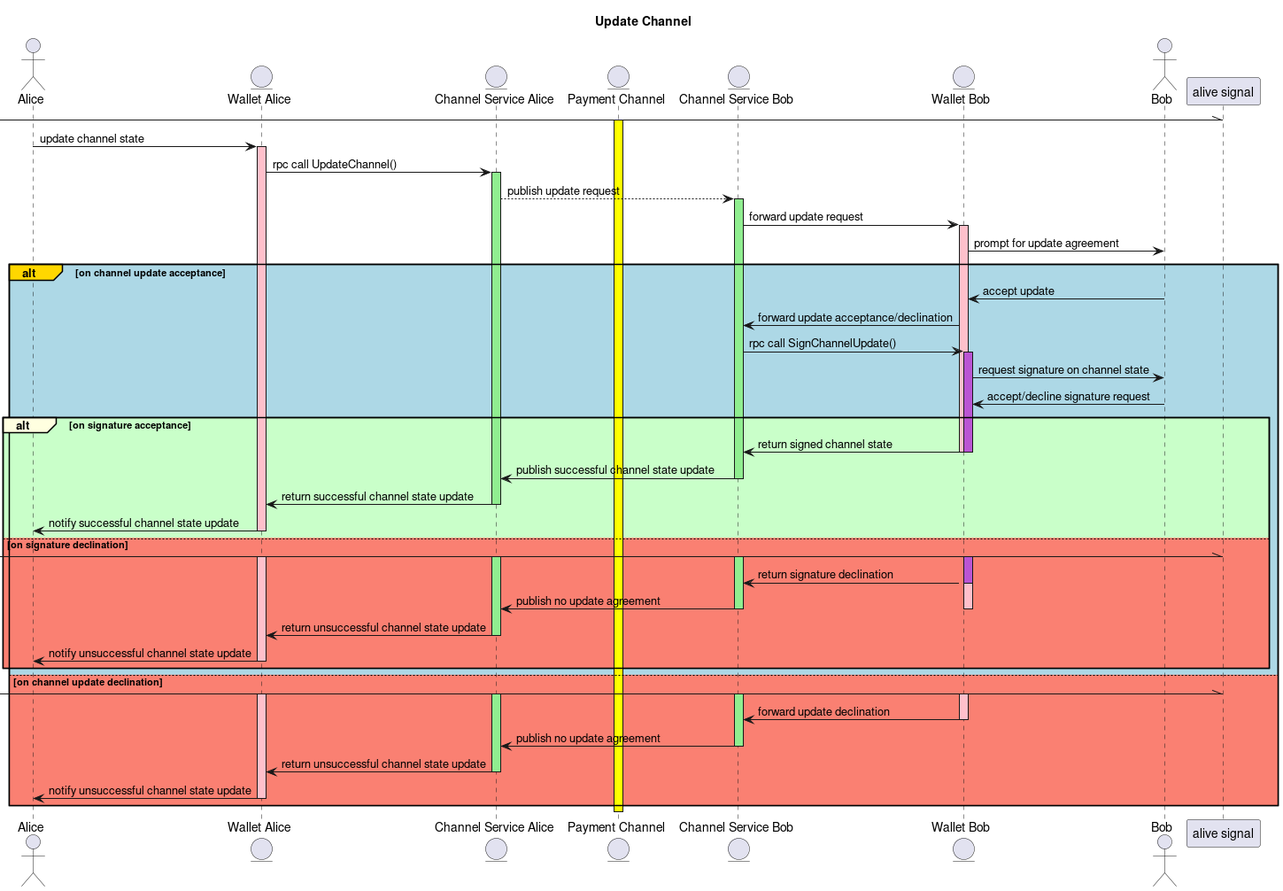
Earlier version of the PlantUML export resources/sequence-update.png (perun-network/perun-wallet-spec). The source it was exported from:
```plantuml
@startuml
actor Alice as A
entity "Wallet Alice" as WA
entity "Channel Service Alice" as CSA
entity "Payment Channel" as PC
entity "Channel Service Bob" as CSB
entity "Wallet Bob" as WB
actor Bob as B

title Update Channel

[-\\ "alive signal"
activate PC #yellow
A -> WA : update channel state
activate WA #pink
WA -> CSA : rpc call UpdateChannel()
activate CSA #lightgreen
CSA --> CSB : publish update request
activate CSB #lightgreen
CSB -> WB : forward update request
activate WB #pink
WB -> B : prompt for update agreement

alt#gold #lightblue on channel update acceptance
  B -> WB : accept update
  WB -> CSB : forward update acceptance/declination
  CSB -> WB : rpc call SignChannelUpdate()
  activate WB #mediumorchid
  WB -> B : request signature on channel state
  B -> WB : accept/decline signature request
  alt#lightyellow #technology  on signature acceptance
    WB -> CSB : return signed channel state
    deactivate WB
    deactivate WB
    CSB -> CSA : publish successful channel state update
    deactivate CSB
    CSA -> WA : return successful channel state update
    deactivate CSA
    WA -> A : notify successful channel state update
    deactivate WA
  else #salmon on signature declination
    [-\\ "alive signal"
    activate WB #pink
    activate WB #mediumorchid
    activate WA #pink
    activate CSB #lightgreen
    activate CSA #lightgreen
    WB -> CSB : return signature declination
    deactivate WB
    CSB -> CSA : publish no update agreement
    deactivate CSB
    deactivate WB
    CSA -> WA : return unsuccessful channel state update
    deactivate CSA
    WA -> A : notify unsuccessful channel state update
    deactivate WA
  end
else #salmon on channel update declination
  [-\\ "alive signal"
  activate WB #pink
  activate WA #pink
  activate CSB #lightgreen
  activate CSA #lightgreen
  WB -> CSB : forward update declination
  deactivate WB
  CSB -> CSA : publish no update agreement
  deactivate CSB
  CSA -> WA : return unsuccessful channel state update
  deactivate CSA
  WA -> A : notify unsuccessful channel state update
  deactivate WA
end
deactivate PC


@enduml
```
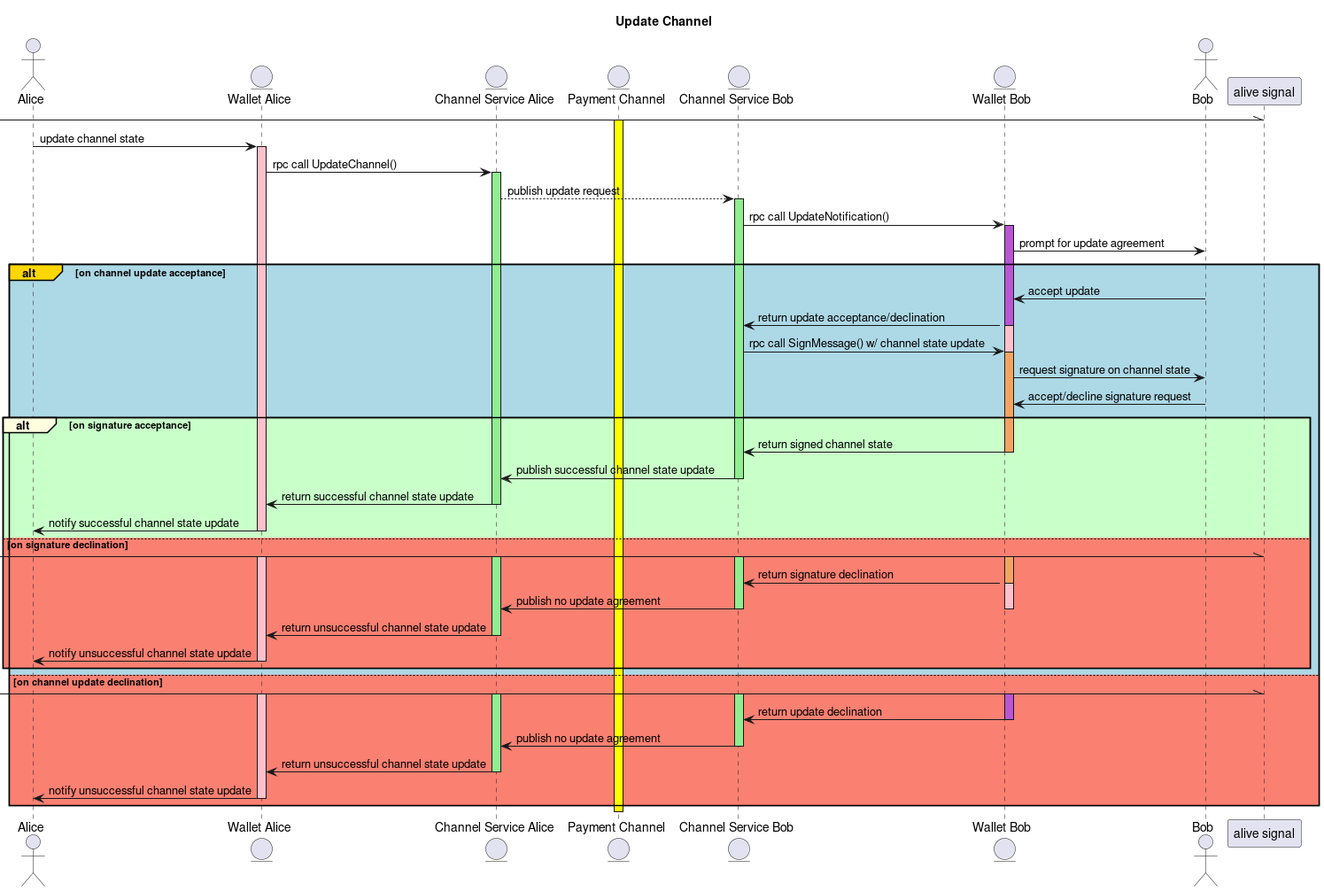
After the change.

Commit message:
spec: Update sequence diagrams in Spec.md

Diff of the diagram source:
```diff
@@ -17,15 +17,17 @@
 activate CSA #lightgreen
 CSA --> CSB : publish update request
 activate CSB #lightgreen
-CSB -> WB : forward update request
+CSB -> WB : rpc call UpdateNotification()
 activate WB #pink
+activate WB #mediumorchid
 WB -> B : prompt for update agreement
 
 alt#gold #lightblue on channel update acceptance
   B -> WB : accept update
-  WB -> CSB : forward update acceptance/declination
-  CSB -> WB : rpc call SignChannelUpdate()
-  activate WB #mediumorchid
+  WB -> CSB : return update acceptance/declination
+  deactivate WB
+  CSB -> WB : rpc call SignMessage() w/ channel state update
+  activate WB #sandybrown
   WB -> B : request signature on channel state
   B -> WB : accept/decline signature request
   alt#lightyellow #technology  on signature acceptance
@@ -41,7 +43,7 @@
   else #salmon on signature declination
     [-\\ "alive signal"
     activate WB #pink
-    activate WB #mediumorchid
+    activate WB #sandybrown
     activate WA #pink
     activate CSB #lightgreen
     activate CSA #lightgreen
@@ -58,10 +60,12 @@
 else #salmon on channel update declination
   [-\\ "alive signal"
   activate WB #pink
+  activate WB #mediumorchid
   activate WA #pink
   activate CSB #lightgreen
   activate CSA #lightgreen
-  WB -> CSB : forward update declination
+  WB -> CSB : return update declination
+  deactivate WB
   deactivate WB
   CSB -> CSA : publish no update agreement
   deactivate CSB
```
